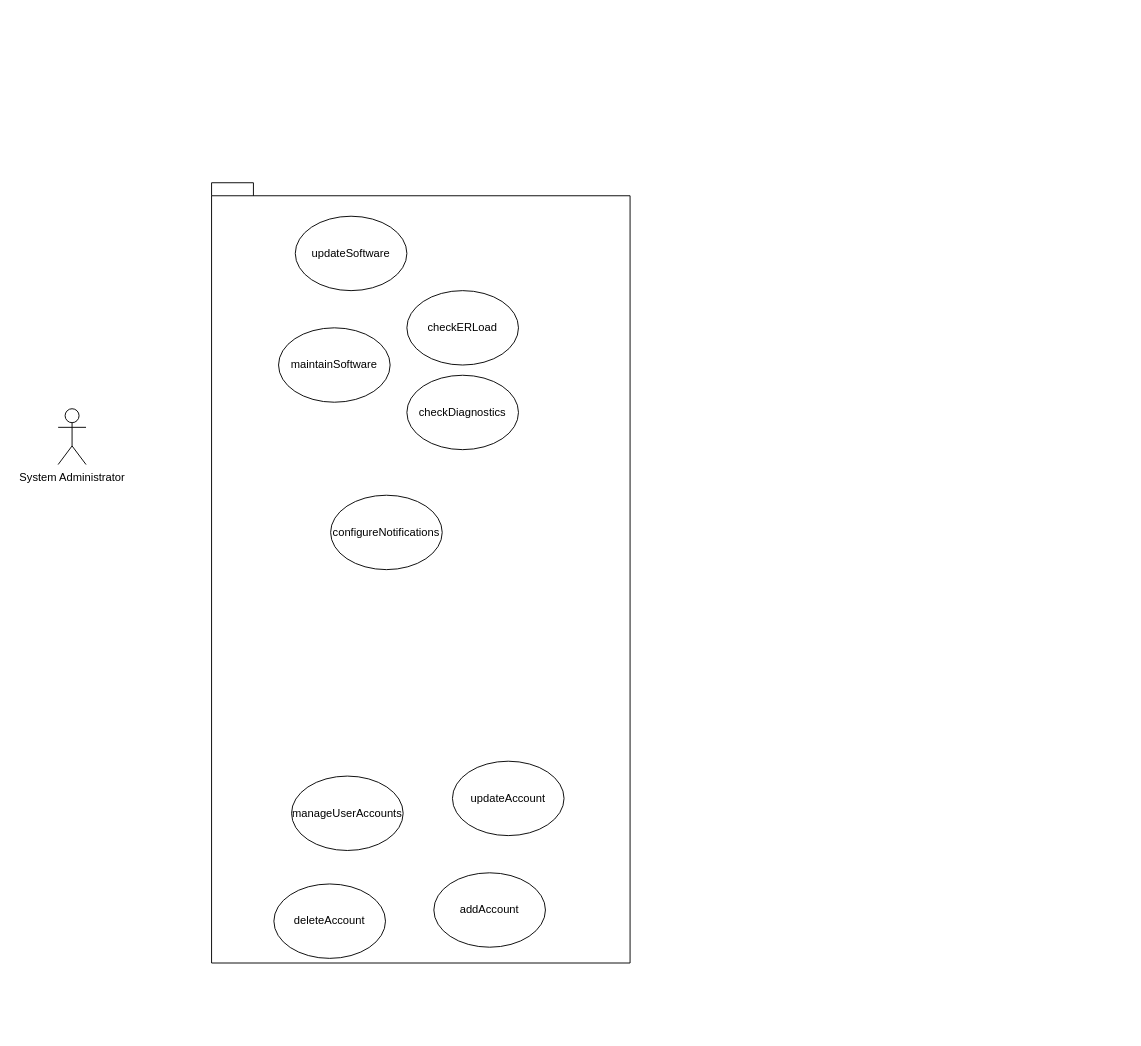
Above: Project Milestone 1/O.E.Afolaranmi_Use_Case_Diagram.drawio in SENG-350-2024-fall/Team-6 (draw.io), before the change. Source tidied: cells renumbered, new cells numbered last; positions are measured from the earlier drawing's top-left corner, leaving out a move shared by most shapes. Both pictures are drawn from the tidied source at 93%, with x=0, y=0 at pixel (58, 182).
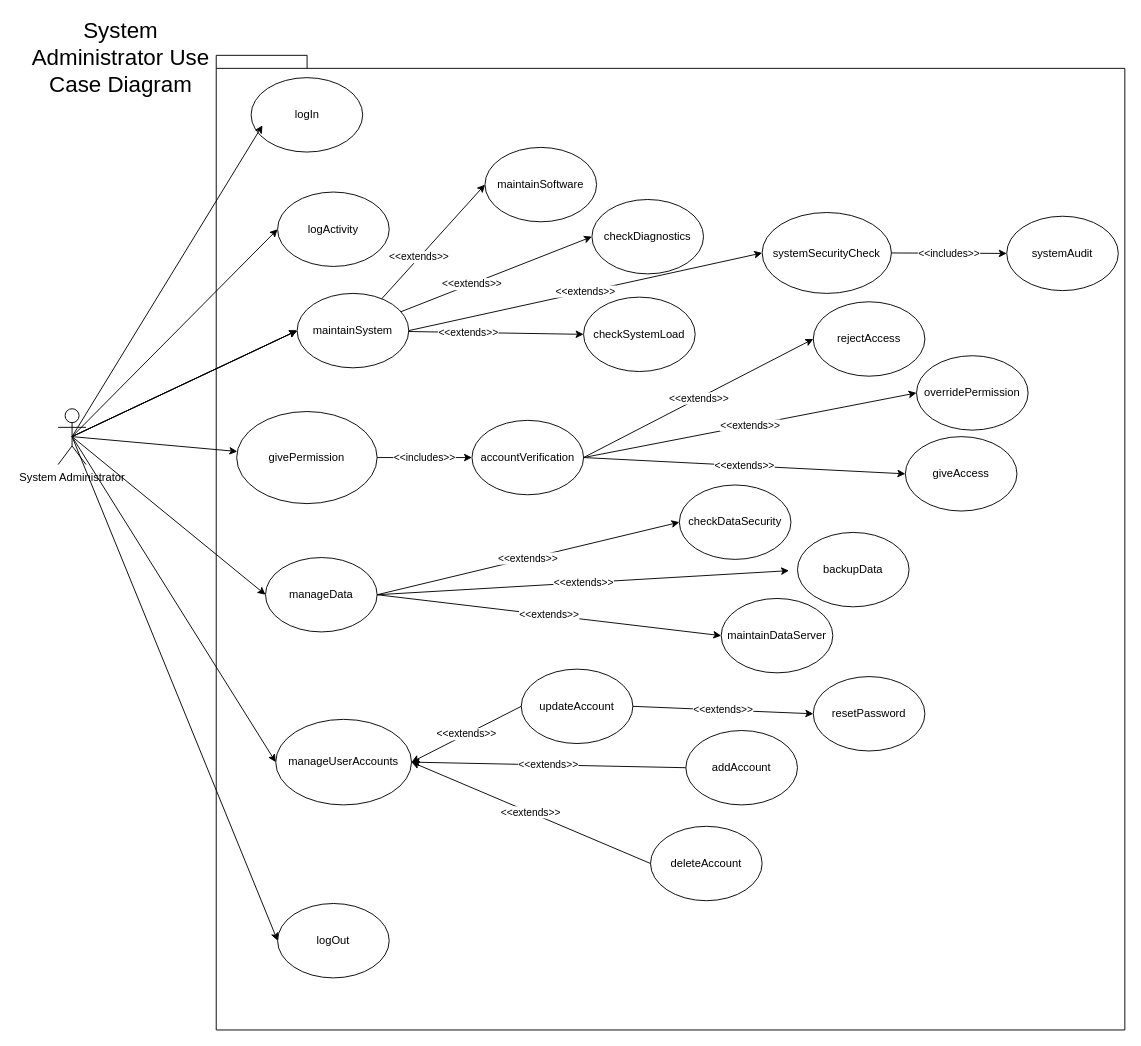
Above is the later version.

Unchanged cells that the change refers to:
```xml
<mxCell id="3" value="System Administrator&lt;div&gt;&lt;br&gt;&lt;/div&gt;" style="shape=umlActor;verticalLabelPosition=bottom;verticalAlign=top;html=1;outlineConnect=0;" parent="1" vertex="1">
  <mxGeometry y="243" width="30" height="60" as="geometry" />
</mxCell>
```

Change to the diagram source:
```diff
@@
     <mxCell id="2" style="shape=folder;fontStyle=1;spacingTop=10;tabWidth=40;tabHeight=14;tabPosition=left;html=1;whiteSpace=wrap;" parent="1" vertex="1">
-      <mxGeometry x="165" width="450" height="839" as="geometry" />
+      <mxGeometry x="170" y="-137" width="977" height="1048" as="geometry" />
     </mxCell>
@@
-    <mxCell id="4" value="updateSoftware" style="ellipse;whiteSpace=wrap;html=1;" parent="1" vertex="1">
-      <mxGeometry x="255" y="36" width="120" height="80" as="geometry" />
-    </mxCell>
-    <mxCell id="5" value="checkERLoad" style="ellipse;whiteSpace=wrap;html=1;" parent="1" vertex="1">
-      <mxGeometry x="375" y="116" width="120" height="80" as="geometry" />
+    <mxCell id="5" value="checkSystemLoad" style="ellipse;whiteSpace=wrap;html=1;" parent="1" vertex="1">
+      <mxGeometry x="565" y="123" width="120" height="80" as="geometry" />
     </mxCell>
     <mxCell id="6" value="maintainSoftware" style="ellipse;whiteSpace=wrap;html=1;" parent="1" vertex="1">
-      <mxGeometry x="237" y="156" width="120" height="80" as="geometry" />
+      <mxGeometry x="459" y="-38" width="120" height="80" as="geometry" />
     </mxCell>
     <mxCell id="7" value="manageUserAccounts" style="ellipse;whiteSpace=wrap;html=1;" parent="1" vertex="1">
-      <mxGeometry x="251" y="638" width="120" height="80" as="geometry" />
+      <mxGeometry x="234" y="577" width="146" height="92" as="geometry" />
     </mxCell>
     <mxCell id="8" value="addAccount" style="ellipse;whiteSpace=wrap;html=1;" parent="1" vertex="1">
-      <mxGeometry x="404" y="742" width="120" height="80" as="geometry" />
+      <mxGeometry x="675" y="589" width="120" height="80" as="geometry" />
     </mxCell>
     <mxCell id="9" value="updateAccount" style="ellipse;whiteSpace=wrap;html=1;" parent="1" vertex="1">
-      <mxGeometry x="424" y="622" width="120" height="80" as="geometry" />
+      <mxGeometry x="498" y="523" width="120" height="80" as="geometry" />
     </mxCell>
     <mxCell id="10" value="deleteAccount" style="ellipse;whiteSpace=wrap;html=1;" parent="1" vertex="1">
-      <mxGeometry x="232" y="754" width="120" height="80" as="geometry" />
+      <mxGeometry x="637" y="692" width="120" height="80" as="geometry" />
     </mxCell>
     <mxCell id="11" value="checkDiagnostics" style="ellipse;whiteSpace=wrap;html=1;" parent="1" vertex="1">
-      <mxGeometry x="375" y="207" width="120" height="80" as="geometry" />
+      <mxGeometry x="574" y="18" width="120" height="80" as="geometry" />
     </mxCell>
-    <mxCell id="12" value="configureNotifications" style="ellipse;whiteSpace=wrap;html=1;" parent="1" vertex="1">
-      <mxGeometry x="293" y="336" width="120" height="80" as="geometry" />
+    <mxCell id="12" value="manageData" style="ellipse;whiteSpace=wrap;html=1;" parent="1" vertex="1">
+      <mxGeometry x="223" y="403" width="120" height="80" as="geometry" />
     </mxCell>
+    <mxCell id="13" value="logIn" style="ellipse;whiteSpace=wrap;html=1;" parent="1" vertex="1">
+      <mxGeometry x="207.5" y="-113" width="120" height="80" as="geometry" />
+    </mxCell>
+    <mxCell id="14" value="givePermission" style="ellipse;whiteSpace=wrap;html=1;" parent="1" vertex="1">
+      <mxGeometry x="192" y="246" width="151" height="99" as="geometry" />
+    </mxCell>
+    <mxCell id="15" style="endArrow=classic;html=1;rounded=0;entryX=0.102;entryY=0.641;entryDx=0;entryDy=0;entryPerimeter=0;exitX=0.5;exitY=0.5;exitDx=0;exitDy=0;exitPerimeter=0;" parent="1" edge="1" source="3" target="13">
+      <mxGeometry relative="1" as="geometry" />
+    </mxCell>
+    <mxCell id="16" value="&amp;lt;&amp;lt;extends&amp;gt;&amp;gt;" style="endArrow=classic;html=1;rounded=0;exitX=0.5;exitY=0.5;exitDx=0;exitDy=0;exitPerimeter=0;entryX=0;entryY=0.5;entryDx=0;entryDy=0;" parent="1" edge="1" source="39" target="5">
+      <mxGeometry relative="1" as="geometry" />
+    </mxCell>
+    <mxCell id="17" style="endArrow=classic;html=1;rounded=0;exitX=0.5;exitY=0.5;exitDx=0;exitDy=0;exitPerimeter=0;" parent="1" edge="1" source="3" target="14">
+      <mxGeometry relative="1" as="geometry" />
+    </mxCell>
+    <mxCell id="18" value="&amp;lt;&amp;lt;extends&amp;gt;&amp;gt;" style="endArrow=classic;html=1;rounded=0;entryX=0;entryY=0.5;entryDx=0;entryDy=0;exitX=0.5;exitY=0.5;exitDx=0;exitDy=0;exitPerimeter=0;" parent="1" edge="1" source="39" target="6">
+      <mxGeometry relative="1" as="geometry" />
+    </mxCell>
+    <mxCell id="19" value="&amp;lt;&amp;lt;extends&amp;gt;&amp;gt;" style="endArrow=classic;html=1;rounded=0;exitX=0.5;exitY=0.5;exitDx=0;exitDy=0;exitPerimeter=0;entryX=0;entryY=0.5;entryDx=0;entryDy=0;" parent="1" edge="1" source="39" target="11">
+      <mxGeometry relative="1" as="geometry" />
+    </mxCell>
+    <mxCell id="20" style="endArrow=classic;html=1;rounded=0;exitX=0.5;exitY=0.5;exitDx=0;exitDy=0;exitPerimeter=0;entryX=0;entryY=0.5;entryDx=0;entryDy=0;" parent="1" edge="1" source="3" target="12">
+      <mxGeometry relative="1" as="geometry" />
+    </mxCell>
+    <mxCell id="21" style="endArrow=classic;html=1;rounded=0;exitX=0.5;exitY=0.5;exitDx=0;exitDy=0;exitPerimeter=0;entryX=0;entryY=0.5;entryDx=0;entryDy=0;" parent="1" edge="1" source="3" target="7">
+      <mxGeometry relative="1" as="geometry" />
+    </mxCell>
+    <mxCell id="22" value="&amp;lt;&amp;lt;extends&amp;gt;&amp;gt;" style="endArrow=classic;html=1;rounded=0;exitX=0;exitY=0.5;exitDx=0;exitDy=0;entryX=1;entryY=0.5;entryDx=0;entryDy=0;" parent="1" edge="1" source="9" target="7">
+      <mxGeometry relative="1" as="geometry" />
+    </mxCell>
+    <mxCell id="23" value="&amp;lt;&amp;lt;extends&amp;gt;&amp;gt;" style="endArrow=classic;html=1;rounded=0;exitX=0;exitY=0.5;exitDx=0;exitDy=0;entryX=1;entryY=0.5;entryDx=0;entryDy=0;" parent="1" edge="1" source="8" target="7">
+      <mxGeometry relative="1" as="geometry" />
+    </mxCell>
+    <mxCell id="24" value="&amp;lt;&amp;lt;extends&amp;gt;&amp;gt;" style="endArrow=classic;html=1;rounded=0;exitX=0;exitY=0.5;exitDx=0;exitDy=0;entryX=1;entryY=0.5;entryDx=0;entryDy=0;" parent="1" edge="1" source="10" target="7">
+      <mxGeometry relative="1" as="geometry" />
+    </mxCell>
+    <mxCell id="25" value="backupData" style="ellipse;whiteSpace=wrap;html=1;" parent="1" vertex="1">
+      <mxGeometry x="795" y="376" width="120" height="80" as="geometry" />
+    </mxCell>
+    <mxCell id="26" value="maintainDataServer" style="ellipse;whiteSpace=wrap;html=1;" parent="1" vertex="1">
+      <mxGeometry x="713" y="447" width="120" height="80" as="geometry" />
+    </mxCell>
+    <mxCell id="27" value="checkDataSecurity" style="ellipse;whiteSpace=wrap;html=1;" parent="1" vertex="1">
+      <mxGeometry x="668" y="325" width="120" height="80" as="geometry" />
+    </mxCell>
+    <mxCell id="28" value="logOut" style="ellipse;whiteSpace=wrap;html=1;" parent="1" vertex="1">
+      <mxGeometry x="236" y="775" width="120" height="80" as="geometry" />
+    </mxCell>
+    <mxCell id="29" value="accountVerification" style="ellipse;whiteSpace=wrap;html=1;" parent="1" vertex="1">
+      <mxGeometry x="445" y="255.5" width="120" height="80" as="geometry" />
+    </mxCell>
+    <mxCell id="30" value="giveAccess" style="ellipse;whiteSpace=wrap;html=1;" parent="1" vertex="1">
+      <mxGeometry x="911" y="273" width="120" height="80" as="geometry" />
+    </mxCell>
+    <mxCell id="31" value="rejectAccess" style="ellipse;whiteSpace=wrap;html=1;" parent="1" vertex="1">
+      <mxGeometry x="812" y="128" width="120" height="80" as="geometry" />
+    </mxCell>
+    <mxCell id="32" value="&amp;lt;&amp;lt;includes&amp;gt;&amp;gt;" style="endArrow=classic;html=1;rounded=0;exitX=1;exitY=0.5;exitDx=0;exitDy=0;entryX=0;entryY=0.5;entryDx=0;entryDy=0;" parent="1" edge="1" source="14" target="29">
+      <mxGeometry relative="1" as="geometry" />
+    </mxCell>
+    <mxCell id="33" value="&amp;lt;&amp;lt;extends&amp;gt;&amp;gt;" style="endArrow=classic;html=1;rounded=0;exitX=1;exitY=0.5;exitDx=0;exitDy=0;entryX=0;entryY=0.5;entryDx=0;entryDy=0;" parent="1" edge="1" source="29" target="31">
+      <mxGeometry relative="1" as="geometry" />
+    </mxCell>
+    <mxCell id="34" value="&amp;lt;&amp;lt;extends&amp;gt;&amp;gt;" style="endArrow=classic;html=1;rounded=0;exitX=1;exitY=0.5;exitDx=0;exitDy=0;entryX=0;entryY=0.5;entryDx=0;entryDy=0;" parent="1" edge="1" source="29" target="30">
+      <mxGeometry relative="1" as="geometry" />
+    </mxCell>
+    <mxCell id="35" style="endArrow=classic;html=1;rounded=0;entryX=0;entryY=0.5;entryDx=0;entryDy=0;exitX=0.5;exitY=0.5;exitDx=0;exitDy=0;exitPerimeter=0;" parent="1" edge="1" source="3" target="28">
+      <mxGeometry relative="1" as="geometry" />
+    </mxCell>
+    <mxCell id="36" style="endArrow=classic;html=1;rounded=0;entryX=0;entryY=0.5;entryDx=0;entryDy=0;exitX=0.5;exitY=0.5;exitDx=0;exitDy=0;exitPerimeter=0;" parent="1" edge="1" source="3" target="39">
+      <mxGeometry relative="1" as="geometry" />
+    </mxCell>
+    <mxCell id="37" style="endArrow=classic;html=1;rounded=0;exitX=0.5;exitY=0.5;exitDx=0;exitDy=0;exitPerimeter=0;entryX=0;entryY=0.5;entryDx=0;entryDy=0;" parent="1" edge="1" source="3" target="39">
+      <mxGeometry relative="1" as="geometry" />
+    </mxCell>
+    <mxCell id="38" style="endArrow=classic;html=1;rounded=0;exitX=0.5;exitY=0.5;exitDx=0;exitDy=0;exitPerimeter=0;entryX=0;entryY=0.5;entryDx=0;entryDy=0;" parent="1" edge="1" source="3" target="39">
+      <mxGeometry relative="1" as="geometry" />
+    </mxCell>
+    <mxCell id="39" value="maintainSystem" style="ellipse;whiteSpace=wrap;html=1;" parent="1" vertex="1">
+      <mxGeometry x="257" y="119" width="120" height="80" as="geometry" />
+    </mxCell>
+    <mxCell id="40" value="&amp;lt;&amp;lt;extends&amp;gt;&amp;gt;" style="endArrow=classic;html=1;rounded=0;exitX=1;exitY=0.5;exitDx=0;exitDy=0;entryX=-0.076;entryY=0.514;entryDx=0;entryDy=0;entryPerimeter=0;" parent="1" edge="1" source="12" target="25">
+      <mxGeometry relative="1" as="geometry" />
+    </mxCell>
+    <mxCell id="41" value="&amp;lt;&amp;lt;extends&amp;gt;&amp;gt;" style="endArrow=classic;html=1;rounded=0;exitX=1;exitY=0.5;exitDx=0;exitDy=0;entryX=0;entryY=0.5;entryDx=0;entryDy=0;" parent="1" edge="1" source="12" target="26">
+      <mxGeometry relative="1" as="geometry" />
+    </mxCell>
+    <mxCell id="42" value="&amp;lt;&amp;lt;extends&amp;gt;&amp;gt;" style="endArrow=classic;html=1;rounded=0;exitX=1;exitY=0.5;exitDx=0;exitDy=0;entryX=0;entryY=0.5;entryDx=0;entryDy=0;" parent="1" edge="1" source="12" target="27">
+      <mxGeometry relative="1" as="geometry" />
+    </mxCell>
+    <mxCell id="43" value="overridePermission" style="ellipse;whiteSpace=wrap;html=1;" parent="1" vertex="1">
+      <mxGeometry x="923" y="186" width="120" height="80" as="geometry" />
+    </mxCell>
+    <mxCell id="44" value="&amp;lt;&amp;lt;extends&amp;gt;&amp;gt;" style="endArrow=classic;html=1;rounded=0;exitX=1;exitY=0.5;exitDx=0;exitDy=0;entryX=0;entryY=0.5;entryDx=0;entryDy=0;" parent="1" edge="1" source="29" target="43">
+      <mxGeometry relative="1" as="geometry" />
+    </mxCell>
+    <mxCell id="45" value="&lt;font style=&quot;font-size: 24px;&quot;&gt;System Administrator Use Case Diagram&lt;/font&gt;" style="text;html=1;align=center;verticalAlign=middle;whiteSpace=wrap;rounded=0;" parent="1" vertex="1">
+      <mxGeometry x="-45" y="-179" width="225" height="90" as="geometry" />
+    </mxCell>
+    <mxCell id="46" value="resetPassword" style="ellipse;whiteSpace=wrap;html=1;" parent="1" vertex="1">
+      <mxGeometry x="812" y="531" width="120" height="80" as="geometry" />
+    </mxCell>
+    <mxCell id="47" value="&amp;lt;&amp;lt;extends&amp;gt;&amp;gt;" style="endArrow=classic;html=1;rounded=0;exitX=1;exitY=0.5;exitDx=0;exitDy=0;entryX=0;entryY=0.5;entryDx=0;entryDy=0;" parent="1" edge="1" source="9" target="46">
+      <mxGeometry relative="1" as="geometry" />
+    </mxCell>
+    <mxCell id="48" value="systemSecurityCheck" style="ellipse;whiteSpace=wrap;html=1;" parent="1" vertex="1">
+      <mxGeometry x="757" y="32" width="139" height="87" as="geometry" />
+    </mxCell>
+    <mxCell id="49" value="&amp;lt;&amp;lt;extends&amp;gt;&amp;gt;" style="endArrow=classic;html=1;rounded=0;exitX=1;exitY=0.5;exitDx=0;exitDy=0;entryX=0;entryY=0.5;entryDx=0;entryDy=0;" parent="1" edge="1" source="39" target="48">
+      <mxGeometry relative="1" as="geometry" />
+    </mxCell>
+    <mxCell id="50" value="systemAudit" style="ellipse;whiteSpace=wrap;html=1;" parent="1" vertex="1">
+      <mxGeometry x="1020" y="36" width="120" height="80" as="geometry" />
+    </mxCell>
+    <mxCell id="51" value="&amp;lt;&amp;lt;includes&amp;gt;&amp;gt;" style="endArrow=classic;html=1;rounded=0;exitX=1;exitY=0.5;exitDx=0;exitDy=0;entryX=0;entryY=0.5;entryDx=0;entryDy=0;" parent="1" edge="1" source="48" target="50">
+      <mxGeometry relative="1" as="geometry" />
+    </mxCell>
+    <mxCell id="52" value="logActivity" style="ellipse;whiteSpace=wrap;html=1;" parent="1" vertex="1">
+      <mxGeometry x="236" y="10" width="120" height="80" as="geometry" />
+    </mxCell>
+    <mxCell id="53" style="endArrow=classic;html=1;rounded=0;entryX=0;entryY=0.5;entryDx=0;entryDy=0;exitX=0.5;exitY=0.5;exitDx=0;exitDy=0;exitPerimeter=0;" parent="1" edge="1" source="3" target="52">
+      <mxGeometry relative="1" as="geometry" />
+    </mxCell>
```
